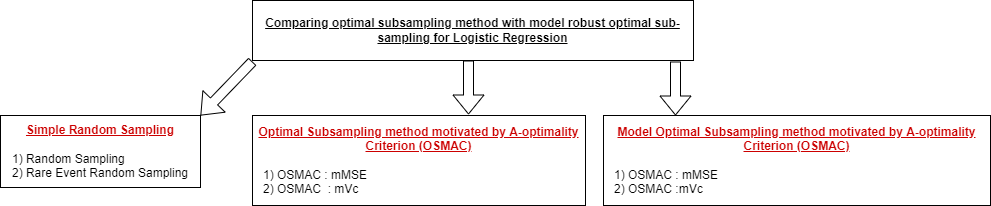
This is Images/All Methods Figure.png from Amalan-ConStat/RS_OS_MROS_LR_Two_Var_Normal_Alpha, a draw.io export, as it was before one commit. Source tidied: cells renumbered, new cells last; positions are measured from the earlier drawing's top-left corner, leaving out a move shared by most shapes.
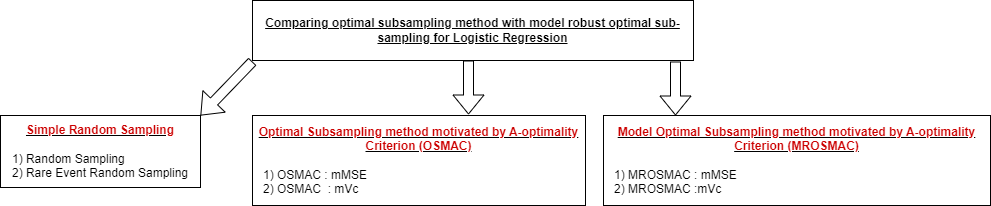
Later version of the same file.

The edit, as a diff of the source:
```diff
@@ -11,7 +11,7 @@
     <mxCell id="4" value="Comparing optimal subsampling method with model robust optimal sub-sampling for Logistic Regression" style="rounded=0;whiteSpace=wrap;html=1;fontStyle=5;" parent="1" vertex="1">
       <mxGeometry x="252" width="441" height="60" as="geometry" />
     </mxCell>
-    <mxCell id="5" value="&lt;b&gt;&lt;u&gt;&lt;font color=&quot;#cc0000&quot;&gt;Model Optimal Subsampling method motivated by A-optimality Criterion (OSMAC)&lt;/font&gt;&lt;br&gt;&lt;/u&gt;&lt;/b&gt;&lt;br&gt;&lt;div style=&quot;text-align: justify&quot;&gt;&lt;span&gt;&amp;nbsp; &amp;nbsp;1) OSMAC : mMSE&lt;/span&gt;&lt;/div&gt;&lt;div style=&quot;text-align: justify&quot;&gt;&lt;span&gt;&amp;nbsp; &amp;nbsp;2) OSMAC :mVc&lt;/span&gt;&lt;/div&gt;" style="rounded=0;whiteSpace=wrap;html=1;" parent="1" vertex="1">
+    <mxCell id="5" value="&lt;b&gt;&lt;u&gt;&lt;font color=&quot;#cc0000&quot;&gt;Model Optimal Subsampling method motivated by A-optimality Criterion (MROSMAC)&lt;/font&gt;&lt;br&gt;&lt;/u&gt;&lt;/b&gt;&lt;br&gt;&lt;div style=&quot;text-align: justify&quot;&gt;&lt;span&gt;&amp;nbsp; &amp;nbsp;1) MROSMAC : mMSE&lt;/span&gt;&lt;/div&gt;&lt;div style=&quot;text-align: justify&quot;&gt;&lt;span&gt;&amp;nbsp; &amp;nbsp;2) MROSMAC :mVc&lt;/span&gt;&lt;/div&gt;" style="rounded=0;whiteSpace=wrap;html=1;" parent="1" vertex="1">
       <mxGeometry x="603" y="115" width="387" height="90" as="geometry" />
     </mxCell>
     <mxCell id="6" style="shape=flexArrow;endArrow=classic;html=1;rounded=0;fontFamily=Verdana;fontSize=13;fontColor=#0000FF;" parent="1" edge="1">
```
